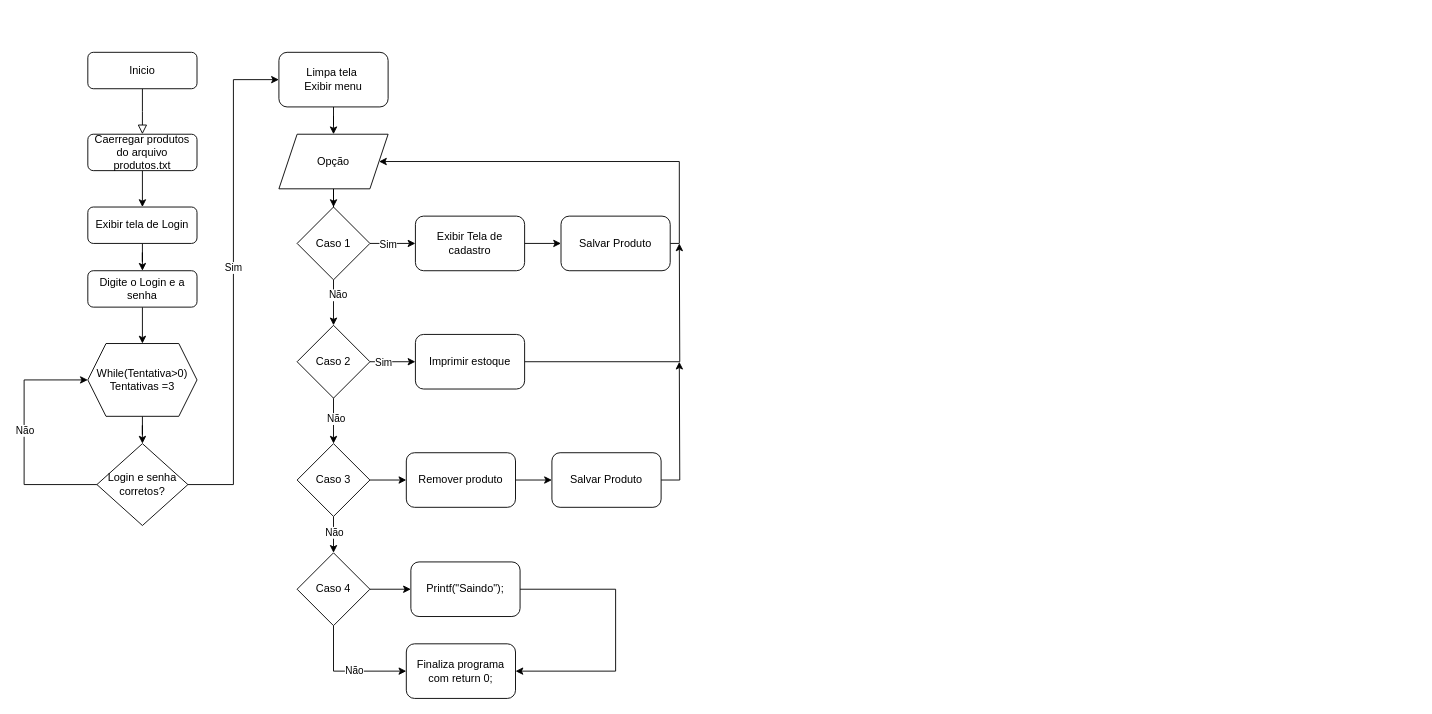
Above: Fluxograma Projetos.drawio in fjmeneguini/Donation-Management-System-DMS- (draw.io), before the change. Source tidied: cells renumbered, new cells numbered last; positions are measured from the earlier drawing's top-left corner, leaving out a move shared by most shapes. Both pictures are drawn from the tidied source at 91%, with x=0, y=0 at pixel (24, 52).
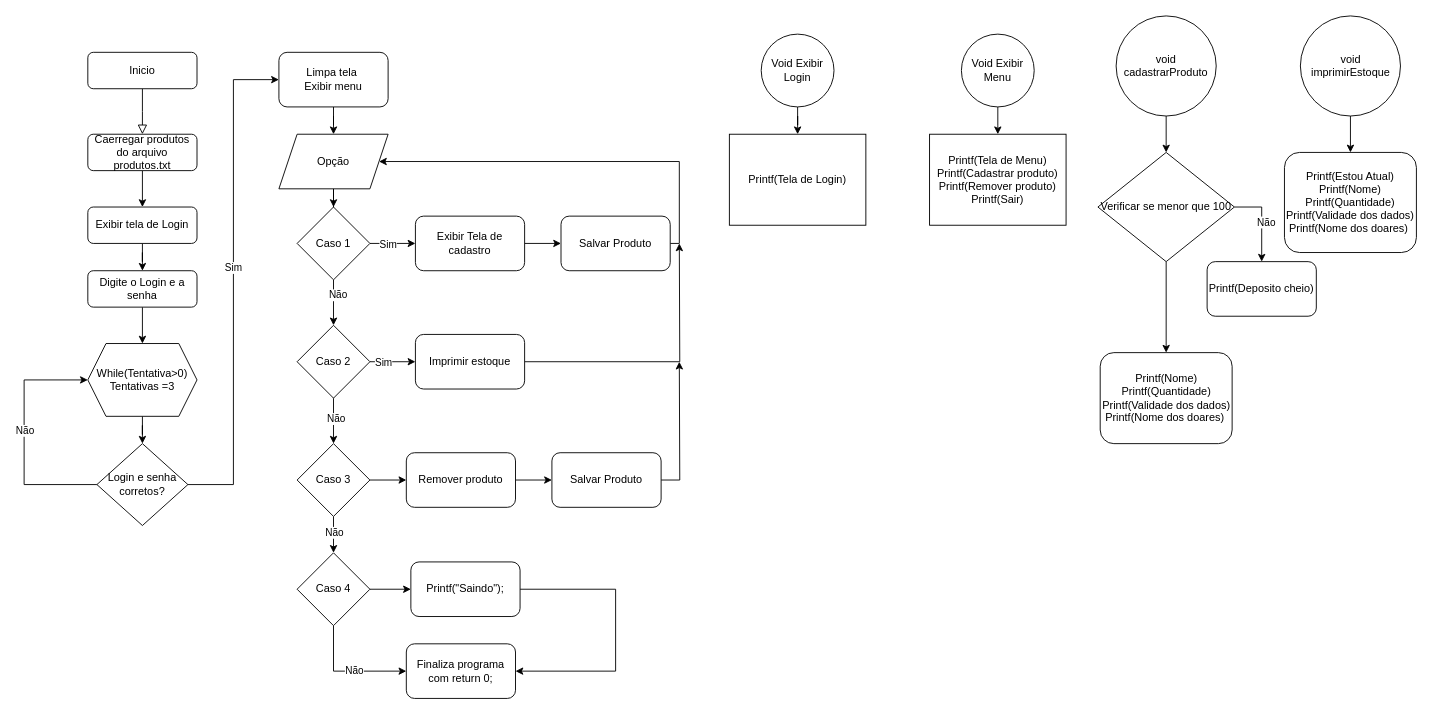
Above is the later version.

Diff of the diagram source:
```diff
@@
+    <mxCell id="52" style="edgeStyle=orthogonalEdgeStyle;rounded=0;jettySize=auto;html=1;" parent="1" edge="1" source="53" target="60">
+      <mxGeometry relative="1" as="geometry" />
+    </mxCell>
+    <mxCell id="53" value="Void Exibir Login" style="ellipse;whiteSpace=wrap;html=1;" parent="1" vertex="1">
+      <mxGeometry x="810" y="-20" width="80" height="80" as="geometry" />
+    </mxCell>
+    <mxCell id="54" style="edgeStyle=orthogonalEdgeStyle;rounded=0;jettySize=auto;html=1;" parent="1" edge="1" source="55" target="61">
+      <mxGeometry relative="1" as="geometry">
+        <Array as="points">
+          <mxPoint x="1070" y="80" />
+          <mxPoint x="1070" y="80" />
+        </Array>
+      </mxGeometry>
+    </mxCell>
+    <mxCell id="55" value="Void Exibir Menu" style="ellipse;whiteSpace=wrap;html=1;" parent="1" vertex="1">
+      <mxGeometry x="1030" y="-20" width="80" height="80" as="geometry" />
+    </mxCell>
+    <mxCell id="56" style="edgeStyle=orthogonalEdgeStyle;rounded=0;jettySize=auto;html=1;entryX=0.5;entryY=0;entryDx=0;entryDy=0;" parent="1" edge="1" source="57" target="65">
+      <mxGeometry relative="1" as="geometry" />
+    </mxCell>
+    <mxCell id="57" value="void cadastrarProduto" style="ellipse;whiteSpace=wrap;html=1;" parent="1" vertex="1">
+      <mxGeometry x="1200" y="-40" width="110" height="110" as="geometry" />
+    </mxCell>
+    <mxCell id="58" style="edgeStyle=orthogonalEdgeStyle;rounded=0;jettySize=auto;html=1;" parent="1" edge="1" source="59" target="68">
+      <mxGeometry relative="1" as="geometry" />
+    </mxCell>
+    <mxCell id="59" value="void imprimirEstoque" style="ellipse;whiteSpace=wrap;html=1;" parent="1" vertex="1">
+      <mxGeometry x="1402.5" y="-40" width="110" height="110" as="geometry" />
+    </mxCell>
+    <mxCell id="60" value="Printf(Tela de Login)" style="rounded=0;whiteSpace=wrap;html=1;" parent="1" vertex="1">
+      <mxGeometry x="775" y="90" width="150" height="100" as="geometry" />
+    </mxCell>
+    <mxCell id="61" value="Printf(Tela de Menu)&lt;div&gt;Printf(Cadastrar produto)&lt;/div&gt;&lt;div&gt;Printf(Remover produto)&lt;br&gt;&lt;/div&gt;&lt;div&gt;Printf(Sair)&lt;br&gt;&lt;/div&gt;" style="rounded=0;whiteSpace=wrap;html=1;" parent="1" vertex="1">
+      <mxGeometry x="995" y="90" width="150" height="100" as="geometry" />
+    </mxCell>
+    <mxCell id="62" style="edgeStyle=orthogonalEdgeStyle;rounded=0;jettySize=auto;html=1;entryX=0.5;entryY=0;entryDx=0;entryDy=0;" parent="1" edge="1" target="66">
+      <mxGeometry relative="1" as="geometry">
+        <mxPoint x="1330" y="170" as="sourcePoint" />
+        <Array as="points">
+          <mxPoint x="1360" y="170" />
+        </Array>
+      </mxGeometry>
+    </mxCell>
+    <mxCell id="63" value="Não" style="edgeLabel;html=1;align=center;verticalAlign=middle;" parent="62" vertex="1">
+      <mxGeometry x="0.02" y="4" relative="1" as="geometry" />
+    </mxCell>
+    <mxCell id="64" style="edgeStyle=orthogonalEdgeStyle;rounded=0;jettySize=auto;html=1;entryX=0.5;entryY=0;entryDx=0;entryDy=0;" parent="1" edge="1" source="65" target="67">
+      <mxGeometry relative="1" as="geometry" />
+    </mxCell>
+    <mxCell id="65" value="Verificar se menor que 100" style="rhombus;whiteSpace=wrap;html=1;" parent="1" vertex="1">
+      <mxGeometry x="1180" y="110" width="150" height="120" as="geometry" />
+    </mxCell>
+    <mxCell id="66" value="Printf(Deposito cheio)" style="rounded=1;whiteSpace=wrap;html=1;" parent="1" vertex="1">
+      <mxGeometry x="1300" y="230" width="120" height="60" as="geometry" />
+    </mxCell>
+    <mxCell id="67" value="Printf(Nome)&lt;div&gt;Printf(Quantidade)&lt;/div&gt;&lt;div&gt;Printf(Validade dos dados)&lt;/div&gt;&lt;div&gt;Printf(Nome dos doares)&amp;nbsp;&lt;/div&gt;" style="rounded=1;whiteSpace=wrap;html=1;" parent="1" vertex="1">
+      <mxGeometry x="1182.5" y="330" width="145" height="100" as="geometry" />
+    </mxCell>
+    <mxCell id="68" value="Printf(Estou Atual)&lt;div&gt;Printf(Nome)&lt;div&gt;Printf(Quantidade)&lt;/div&gt;&lt;div&gt;Printf(Validade dos dados)&lt;/div&gt;&lt;div&gt;Printf(Nome dos doares)&amp;nbsp;&lt;/div&gt;&lt;/div&gt;" style="rounded=1;whiteSpace=wrap;html=1;" parent="1" vertex="1">
+      <mxGeometry x="1385" y="110" width="145" height="110" as="geometry" />
+    </mxCell>
```
